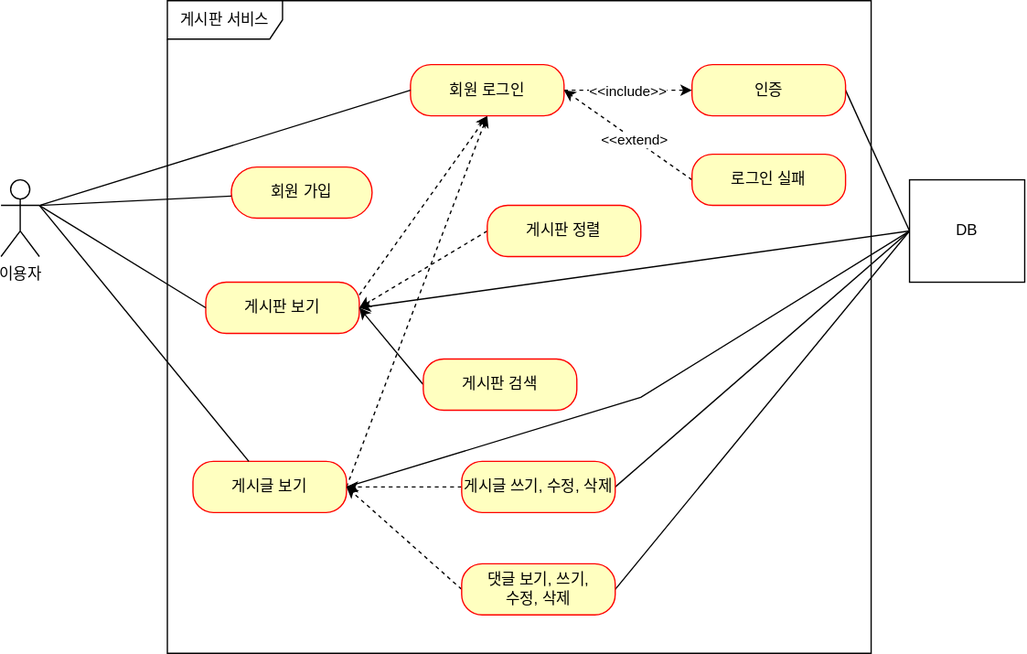
Above: doucment/use-case.svg in ldj4245/project-board (draw.io), before the change. Source tidied: cells renumbered, new cells last; positions are measured from the earlier drawing's top-left corner, leaving out a move shared by most shapes.
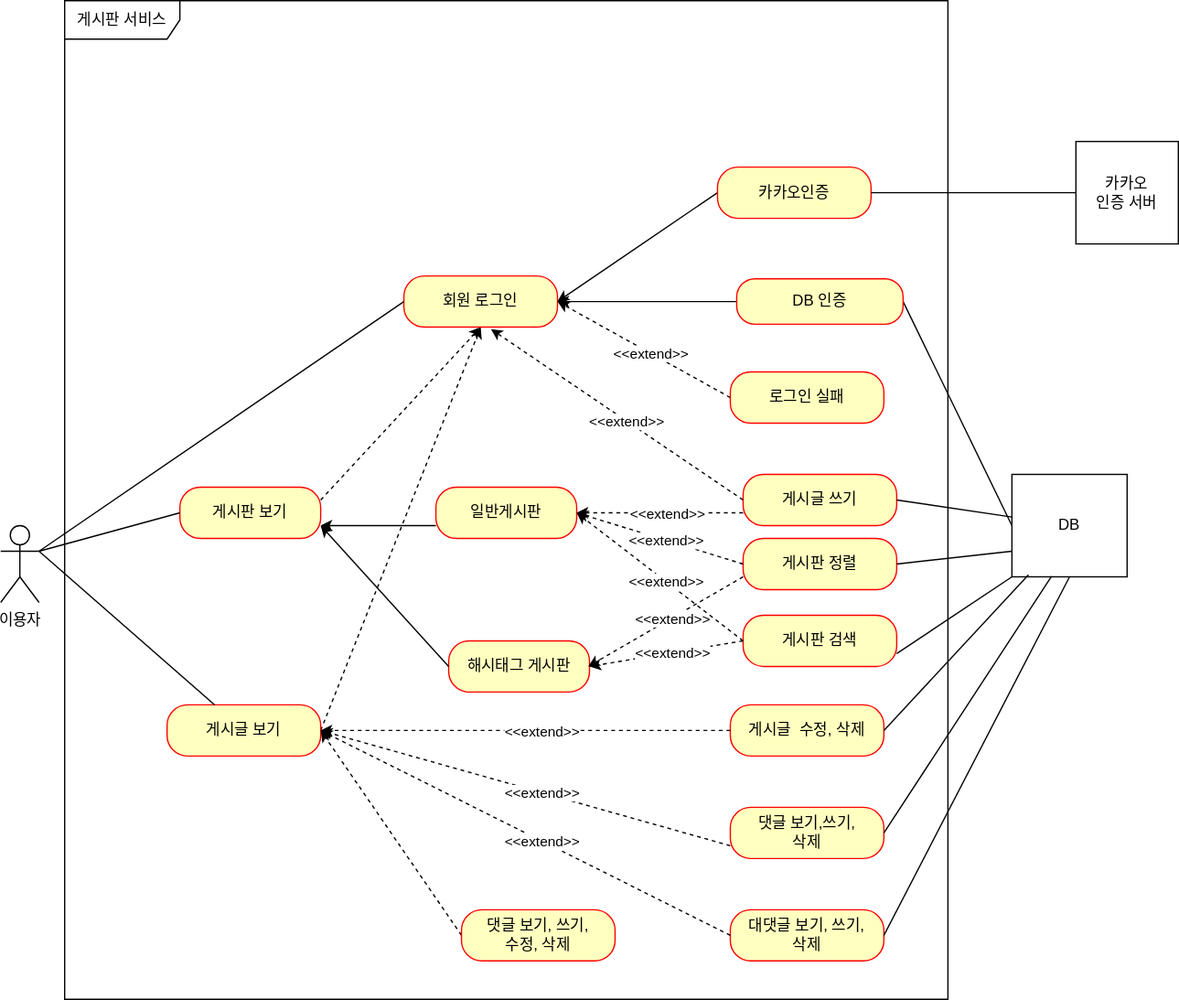
Above is the later version.

Commit message:
#53 - use-case.svg: 카카오 인증 유즈 케이스 추가 (대댓글  포함)

Diff of the diagram source:
```diff
@@ -6,91 +6,56 @@
       <mxGeometry y="140" width="30" height="60" as="geometry" />
     </mxCell>
     <mxCell id="3" value="게시판 서비스" style="shape=umlFrame;whiteSpace=wrap;html=1;width=90;height=30;" parent="1" vertex="1">
-      <mxGeometry x="130" width="550" height="510" as="geometry" />
+      <mxGeometry x="50" y="-270" width="690" height="780" as="geometry" />
     </mxCell>
-    <mxCell id="4" value="회원 가입" style="rounded=1;whiteSpace=wrap;html=1;arcSize=50;fontColor=#000000;fillColor=#ffffc0;strokeColor=#ff0000;" parent="1" vertex="1">
-      <mxGeometry x="180" y="130" width="110" height="40" as="geometry" />
-    </mxCell>
     <mxCell id="5" style="rounded=0;jettySize=auto;html=1;exitX=1;exitY=0.25;exitDx=0;exitDy=0;entryX=0.5;entryY=1;entryDx=0;entryDy=0;dashed=1;" parent="1" edge="1" source="6" target="12">
       <mxGeometry relative="1" as="geometry" />
     </mxCell>
     <mxCell id="6" value="게시판 보기" style="rounded=1;whiteSpace=wrap;html=1;arcSize=40;fontColor=#000000;fillColor=#ffffc0;strokeColor=#ff0000;" parent="1" vertex="1">
-      <mxGeometry x="160" y="220" width="120" height="40" as="geometry" />
+      <mxGeometry x="140" y="110" width="110" height="40" as="geometry" />
     </mxCell>
     <mxCell id="7" style="rounded=0;jettySize=auto;html=1;exitX=1;exitY=0.5;exitDx=0;exitDy=0;entryX=0.5;entryY=1;entryDx=0;entryDy=0;dashed=1;" parent="1" edge="1" source="9" target="12">
       <mxGeometry relative="1" as="geometry" />
     </mxCell>
-    <mxCell id="8" style="rounded=0;jettySize=auto;html=1;exitX=1;exitY=0.5;exitDx=0;exitDy=0;entryX=0;entryY=0.5;entryDx=0;entryDy=0;endArrow=none;endFill=0;" parent="1" edge="1" source="9" target="33">
-      <mxGeometry relative="1" as="geometry">
-        <Array as="points">
-          <mxPoint x="500" y="310" />
-        </Array>
-      </mxGeometry>
-    </mxCell>
     <mxCell id="9" value="게시글 보기" style="rounded=1;whiteSpace=wrap;html=1;arcSize=40;fontColor=#000000;fillColor=#ffffc0;strokeColor=#ff0000;" parent="1" vertex="1">
-      <mxGeometry x="150" y="360" width="120" height="40" as="geometry" />
+      <mxGeometry x="130" y="280" width="120" height="40" as="geometry" />
     </mxCell>
-    <mxCell id="10" style="rounded=0;jettySize=auto;html=1;exitX=1;exitY=0.5;exitDx=0;exitDy=0;dashed=1;startArrow=none;startFill=0;" parent="1" edge="1" source="12" target="14">
-      <mxGeometry relative="1" as="geometry" />
-    </mxCell>
-    <mxCell id="11" value="&amp;lt;&amp;lt;include&amp;gt;&amp;gt;" style="edgeLabel;html=1;align=center;verticalAlign=middle;" parent="10" vertex="1">
-      <mxGeometry x="0.01" y="-7" relative="1" as="geometry">
-        <mxPoint x="-1" y="-7" as="offset" />
-      </mxGeometry>
-    </mxCell>
     <mxCell id="12" value="회원 로그인" style="rounded=1;whiteSpace=wrap;html=1;arcSize=40;fontColor=#000000;fillColor=#ffffc0;strokeColor=#ff0000;" parent="1" vertex="1">
-      <mxGeometry x="320" y="50" width="120" height="40" as="geometry" />
+      <mxGeometry x="315" y="-55" width="120" height="40" as="geometry" />
     </mxCell>
     <mxCell id="13" style="rounded=0;jettySize=auto;html=1;exitX=1;exitY=0.5;exitDx=0;exitDy=0;entryX=0;entryY=0.5;entryDx=0;entryDy=0;endArrow=none;endFill=0;" parent="1" edge="1" source="14" target="33">
       <mxGeometry relative="1" as="geometry" />
     </mxCell>
+    <mxCell id="34" style="edgeStyle=orthogonalEdgeStyle;rounded=0;jettySize=auto;html=1;exitX=0;exitY=0.5;exitDx=0;exitDy=0;entryX=1;entryY=0.5;entryDx=0;entryDy=0;" parent="1" edge="1" source="14" target="12">
+      <mxGeometry relative="1" as="geometry" />
+    </mxCell>
-    <mxCell id="14" value="인증" style="rounded=1;whiteSpace=wrap;html=1;arcSize=40;fontColor=#000000;fillColor=#ffffc0;strokeColor=#ff0000;" parent="1" vertex="1">
-      <mxGeometry x="540" y="50" width="120" height="40" as="geometry" />
+    <mxCell id="14" value="DB 인증" style="rounded=1;whiteSpace=wrap;html=1;arcSize=40;fontColor=#000000;fillColor=#ffffc0;strokeColor=#ff0000;" parent="1" vertex="1">
+      <mxGeometry x="575" y="-52.8" width="130" height="35.5" as="geometry" />
     </mxCell>
-    <mxCell id="15" style="rounded=0;jettySize=auto;html=1;exitX=0;exitY=0.5;exitDx=0;exitDy=0;startArrow=none;startFill=0;endArrow=classic;endFill=1;dashed=1;" parent="1" edge="1" source="17">
-      <mxGeometry relative="1" as="geometry">
-        <mxPoint x="440" y="70" as="targetPoint" />
-      </mxGeometry>
+    <mxCell id="15" style="rounded=0;jettySize=auto;html=1;exitX=0;exitY=0.5;exitDx=0;exitDy=0;startArrow=none;startFill=0;endArrow=classic;endFill=1;dashed=1;entryX=1;entryY=0.5;entryDx=0;entryDy=0;" parent="1" edge="1" source="17" target="12">
+      <mxGeometry relative="1" as="geometry" />
     </mxCell>
-    <mxCell id="16" value="&amp;lt;&amp;lt;extend&amp;gt;" style="edgeLabel;html=1;align=center;verticalAlign=middle;" parent="15" vertex="1">
+    <mxCell id="16" value="&amp;lt;&amp;lt;extend&amp;gt;&amp;gt;" style="edgeLabel;html=1;align=center;verticalAlign=middle;" parent="15" vertex="1">
       <mxGeometry x="-0.08" relative="1" as="geometry" />
     </mxCell>
     <mxCell id="17" value="로그인 실패" style="rounded=1;whiteSpace=wrap;html=1;arcSize=40;fontColor=#000000;fillColor=#ffffc0;strokeColor=#ff0000;" parent="1" vertex="1">
-      <mxGeometry x="540" y="120" width="120" height="40" as="geometry" />
+      <mxGeometry x="570" y="20" width="120" height="40" as="geometry" />
     </mxCell>
-    <mxCell id="18" style="rounded=0;jettySize=auto;html=1;exitX=0;exitY=0.5;exitDx=0;exitDy=0;entryX=1;entryY=0.5;entryDx=0;entryDy=0;dashed=1;" parent="1" edge="1" source="19" target="6">
-      <mxGeometry relative="1" as="geometry" />
-    </mxCell>
     <mxCell id="19" value="게시판 정렬" style="rounded=1;whiteSpace=wrap;html=1;arcSize=40;fontColor=#000000;fillColor=#ffffc0;strokeColor=#ff0000;" parent="1" vertex="1">
-      <mxGeometry x="380" y="160" width="120" height="40" as="geometry" />
+      <mxGeometry x="580" y="150" width="120" height="40" as="geometry" />
     </mxCell>
-    <mxCell id="20" style="rounded=0;jettySize=auto;html=1;exitX=0;exitY=0.5;exitDx=0;exitDy=0;entryX=1;entryY=0.5;entryDx=0;entryDy=0;" parent="1" edge="1" source="21" target="6">
-      <mxGeometry relative="1" as="geometry" />
-    </mxCell>
     <mxCell id="21" value="게시판 검색" style="rounded=1;whiteSpace=wrap;html=1;arcSize=40;fontColor=#000000;fillColor=#ffffc0;strokeColor=#ff0000;" parent="1" vertex="1">
-      <mxGeometry x="330" y="280" width="120" height="40" as="geometry" />
+      <mxGeometry x="580" y="210" width="120" height="40" as="geometry" />
     </mxCell>
-    <mxCell id="22" style="rounded=0;jettySize=auto;html=1;exitX=0;exitY=0.5;exitDx=0;exitDy=0;entryX=1;entryY=0.5;entryDx=0;entryDy=0;dashed=1;" parent="1" edge="1" source="24" target="9">
-      <mxGeometry relative="1" as="geometry" />
-    </mxCell>
-    <mxCell id="23" style="rounded=0;jettySize=auto;html=1;exitX=1;exitY=0.5;exitDx=0;exitDy=0;entryX=0;entryY=0.5;entryDx=0;entryDy=0;endArrow=none;endFill=0;" parent="1" edge="1" source="24" target="33">
-      <mxGeometry relative="1" as="geometry" />
-    </mxCell>
-    <mxCell id="24" value="게시글 쓰기, 수정, 삭제" style="rounded=1;whiteSpace=wrap;html=1;arcSize=40;fontColor=#000000;fillColor=#ffffc0;strokeColor=#ff0000;" parent="1" vertex="1">
-      <mxGeometry x="360" y="360" width="120" height="40" as="geometry" />
+    <mxCell id="24" value="게시글&amp;nbsp; 수정, 삭제" style="rounded=1;whiteSpace=wrap;html=1;arcSize=40;fontColor=#000000;fillColor=#ffffc0;strokeColor=#ff0000;" parent="1" vertex="1">
+      <mxGeometry x="570" y="280" width="120" height="40" as="geometry" />
     </mxCell>
     <mxCell id="25" style="rounded=0;jettySize=auto;html=1;exitX=0;exitY=0.5;exitDx=0;exitDy=0;entryX=1;entryY=0.5;entryDx=0;entryDy=0;dashed=1;" parent="1" edge="1" source="27" target="9">
       <mxGeometry relative="1" as="geometry" />
     </mxCell>
-    <mxCell id="26" style="rounded=0;jettySize=auto;html=1;exitX=1;exitY=0.5;exitDx=0;exitDy=0;entryX=0;entryY=0.5;entryDx=0;entryDy=0;endArrow=none;endFill=0;" parent="1" edge="1" source="27" target="33">
-      <mxGeometry relative="1" as="geometry" />
-    </mxCell>
     <mxCell id="27" value="댓글 보기, 쓰기,&lt;br&gt;수정, 삭제" style="rounded=1;whiteSpace=wrap;html=1;arcSize=40;fontColor=#000000;fillColor=#ffffc0;strokeColor=#ff0000;" parent="1" vertex="1">
       <mxGeometry x="360" y="440" width="120" height="40" as="geometry" />
     </mxCell>
-    <mxCell id="28" style="rounded=0;jettySize=auto;html=1;entryX=1;entryY=0.3333333333333333;entryDx=0;entryDy=0;entryPerimeter=0;endArrow=none;endFill=0;" parent="1" edge="1" source="4" target="2">
-      <mxGeometry relative="1" as="geometry" />
-    </mxCell>
     <mxCell id="29" style="rounded=0;jettySize=auto;html=1;exitX=0;exitY=0.5;exitDx=0;exitDy=0;entryX=1;entryY=0.3333333333333333;entryDx=0;entryDy=0;entryPerimeter=0;endArrow=none;endFill=0;" parent="1" edge="1" source="12" target="2">
       <mxGeometry relative="1" as="geometry" />
     </mxCell>
@@ -100,11 +65,115 @@
     <mxCell id="31" style="rounded=0;jettySize=auto;html=1;entryX=1;entryY=0.3333333333333333;entryDx=0;entryDy=0;entryPerimeter=0;endArrow=none;endFill=0;" parent="1" edge="1" source="9" target="2">
       <mxGeometry relative="1" as="geometry" />
     </mxCell>
-    <mxCell id="32" style="rounded=0;jettySize=auto;html=1;exitX=0;exitY=0.5;exitDx=0;exitDy=0;entryX=1;entryY=0.5;entryDx=0;entryDy=0;" parent="1" edge="1" source="33" target="6">
-      <mxGeometry relative="1" as="geometry" />
-    </mxCell>
     <mxCell id="33" value="DB" style="html=1;whiteSpace=wrap;" parent="1" vertex="1">
-      <mxGeometry x="710" y="140" width="90" height="80" as="geometry" />
+      <mxGeometry x="790" y="100" width="90" height="80" as="geometry" />
     </mxCell>
+    <mxCell id="35" value="일반게시판" style="rounded=1;whiteSpace=wrap;html=1;arcSize=40;fontColor=#000000;fillColor=#ffffc0;strokeColor=#ff0000;" parent="1" vertex="1">
+      <mxGeometry x="340" y="110" width="110" height="40" as="geometry" />
+    </mxCell>
+    <mxCell id="36" value="댓글 보기,쓰기,&lt;div&gt;삭제&lt;/div&gt;" style="rounded=1;whiteSpace=wrap;html=1;arcSize=40;fontColor=#000000;fillColor=#ffffc0;strokeColor=#ff0000;" parent="1" vertex="1">
+      <mxGeometry x="570" y="360" width="120" height="40" as="geometry" />
+    </mxCell>
+    <mxCell id="37" value="대댓글 보기, 쓰기,&lt;div&gt;삭제&lt;/div&gt;" style="rounded=1;whiteSpace=wrap;html=1;arcSize=40;fontColor=#000000;fillColor=#ffffc0;strokeColor=#ff0000;" parent="1" vertex="1">
+      <mxGeometry x="570" y="440" width="120" height="40" as="geometry" />
+    </mxCell>
+    <mxCell id="38" value="게시글 쓰기" style="rounded=1;whiteSpace=wrap;html=1;arcSize=40;fontColor=#000000;fillColor=#ffffc0;strokeColor=#ff0000;" parent="1" vertex="1">
+      <mxGeometry x="580" y="100" width="120" height="40" as="geometry" />
+    </mxCell>
+    <mxCell id="39" value="해시태그 게시판" style="rounded=1;whiteSpace=wrap;html=1;arcSize=40;fontColor=#000000;fillColor=#ffffc0;strokeColor=#ff0000;" parent="1" vertex="1">
+      <mxGeometry x="350" y="230" width="110" height="40" as="geometry" />
+    </mxCell>
+    <mxCell id="40" style="endArrow=none;html=1;rounded=0;exitX=1;exitY=0.5;exitDx=0;exitDy=0;entryX=0.5;entryY=1;entryDx=0;entryDy=0;" parent="1" edge="1" source="37" target="33">
+      <mxGeometry relative="1" as="geometry" />
+    </mxCell>
+    <mxCell id="41" style="endArrow=none;html=1;rounded=0;exitX=1;exitY=0.5;exitDx=0;exitDy=0;entryX=0.344;entryY=0.994;entryDx=0;entryDy=0;entryPerimeter=0;" parent="1" edge="1" source="36" target="33">
+      <mxGeometry relative="1" as="geometry" />
+    </mxCell>
+    <mxCell id="23" style="endArrow=none;html=1;rounded=0;exitX=1;exitY=0.5;exitDx=0;exitDy=0;entryX=0.144;entryY=0.981;entryDx=0;entryDy=0;entryPerimeter=0;" parent="1" edge="1" source="24" target="33">
+      <mxGeometry relative="1" as="geometry" />
+    </mxCell>
+    <mxCell id="42" style="endArrow=none;html=1;rounded=0;exitX=1;exitY=0.75;exitDx=0;exitDy=0;entryX=0;entryY=1;entryDx=0;entryDy=0;" parent="1" edge="1" source="21" target="33">
+      <mxGeometry relative="1" as="geometry" />
+    </mxCell>
+    <mxCell id="43" style="endArrow=none;html=1;rounded=0;exitX=1;exitY=0.5;exitDx=0;exitDy=0;entryX=0;entryY=0.75;entryDx=0;entryDy=0;" parent="1" edge="1" source="19" target="33">
+      <mxGeometry relative="1" as="geometry" />
+    </mxCell>
+    <mxCell id="44" style="endArrow=none;html=1;rounded=0;exitX=1;exitY=0.5;exitDx=0;exitDy=0;" parent="1" edge="1" source="38" target="33">
+      <mxGeometry relative="1" as="geometry" />
+    </mxCell>
+    <mxCell id="45" style="rounded=0;jettySize=auto;html=1;exitX=0;exitY=0.5;exitDx=0;exitDy=0;startArrow=none;startFill=0;endArrow=classic;endFill=1;dashed=1;entryX=0.567;entryY=1.038;entryDx=0;entryDy=0;entryPerimeter=0;" parent="1" edge="1" source="38" target="12">
+      <mxGeometry relative="1" as="geometry" />
+    </mxCell>
+    <mxCell id="46" value="&amp;lt;&amp;lt;extend&amp;gt;&amp;gt;" style="edgeLabel;html=1;align=center;verticalAlign=middle;" parent="45" vertex="1">
+      <mxGeometry x="-0.08" relative="1" as="geometry" />
+    </mxCell>
+    <mxCell id="47" style="rounded=0;jettySize=auto;html=1;exitX=0;exitY=0.5;exitDx=0;exitDy=0;startArrow=none;startFill=0;endArrow=classic;endFill=1;dashed=1;entryX=1;entryY=0.5;entryDx=0;entryDy=0;" parent="1" edge="1" source="37" target="9">
+      <mxGeometry relative="1" as="geometry" />
+    </mxCell>
+    <mxCell id="48" value="&amp;lt;&amp;lt;extend&amp;gt;&amp;gt;" style="edgeLabel;html=1;align=center;verticalAlign=middle;" parent="47" vertex="1">
+      <mxGeometry x="-0.08" relative="1" as="geometry" />
+    </mxCell>
+    <mxCell id="49" style="rounded=0;jettySize=auto;html=1;exitX=0;exitY=0.75;exitDx=0;exitDy=0;startArrow=none;startFill=0;endArrow=classic;endFill=1;dashed=1;entryX=1;entryY=0.5;entryDx=0;entryDy=0;" parent="1" edge="1" source="36" target="9">
+      <mxGeometry relative="1" as="geometry" />
+    </mxCell>
+    <mxCell id="50" value="&amp;lt;&amp;lt;extend&amp;gt;&amp;gt;" style="edgeLabel;html=1;align=center;verticalAlign=middle;" parent="49" vertex="1">
+      <mxGeometry x="-0.08" relative="1" as="geometry" />
+    </mxCell>
+    <mxCell id="22" style="rounded=0;jettySize=auto;html=1;exitX=0;exitY=0.5;exitDx=0;exitDy=0;startArrow=none;startFill=0;endArrow=classic;endFill=1;dashed=1;entryX=1;entryY=0.5;entryDx=0;entryDy=0;" parent="1" edge="1" source="24" target="9">
+      <mxGeometry relative="1" as="geometry" />
+    </mxCell>
+    <mxCell id="51" value="&amp;lt;&amp;lt;extend&amp;gt;&amp;gt;" style="edgeLabel;html=1;align=center;verticalAlign=middle;" parent="22" vertex="1">
+      <mxGeometry x="-0.08" relative="1" as="geometry" />
+    </mxCell>
+    <mxCell id="52" style="endArrow=classic;html=1;rounded=0;exitX=0;exitY=0.75;exitDx=0;exitDy=0;entryX=1;entryY=0.75;entryDx=0;entryDy=0;" parent="1" edge="1" source="35" target="6">
+      <mxGeometry relative="1" as="geometry" />
+    </mxCell>
+    <mxCell id="53" style="endArrow=classic;html=1;rounded=0;exitX=0;exitY=0.5;exitDx=0;exitDy=0;entryX=1;entryY=0.75;entryDx=0;entryDy=0;" parent="1" edge="1" source="39" target="6">
+      <mxGeometry relative="1" as="geometry" />
+    </mxCell>
+    <mxCell id="54" style="rounded=0;jettySize=auto;html=1;exitX=0;exitY=0.75;exitDx=0;exitDy=0;startArrow=none;startFill=0;endArrow=classic;endFill=1;dashed=1;entryX=1;entryY=0.5;entryDx=0;entryDy=0;" parent="1" edge="1" source="38" target="35">
+      <mxGeometry relative="1" as="geometry" />
+    </mxCell>
+    <mxCell id="55" value="&amp;lt;&amp;lt;extend&amp;gt;&amp;gt;" style="edgeLabel;html=1;align=center;verticalAlign=middle;" parent="54" vertex="1">
+      <mxGeometry x="-0.08" relative="1" as="geometry" />
+    </mxCell>
+    <mxCell id="56" style="rounded=0;jettySize=auto;html=1;exitX=0;exitY=0.5;exitDx=0;exitDy=0;startArrow=none;startFill=0;endArrow=classic;endFill=1;dashed=1;entryX=1;entryY=0.5;entryDx=0;entryDy=0;" parent="1" edge="1" source="19" target="35">
+      <mxGeometry relative="1" as="geometry" />
+    </mxCell>
+    <mxCell id="57" value="&amp;lt;&amp;lt;extend&amp;gt;&amp;gt;" style="edgeLabel;html=1;align=center;verticalAlign=middle;" parent="56" vertex="1">
+      <mxGeometry x="-0.08" relative="1" as="geometry" />
+    </mxCell>
+    <mxCell id="58" style="rounded=0;jettySize=auto;html=1;exitX=0;exitY=0.5;exitDx=0;exitDy=0;startArrow=none;startFill=0;endArrow=classic;endFill=1;dashed=1;entryX=1;entryY=0.5;entryDx=0;entryDy=0;" parent="1" edge="1" source="21" target="39">
+      <mxGeometry relative="1" as="geometry" />
+    </mxCell>
+    <mxCell id="59" value="&amp;lt;&amp;lt;extend&amp;gt;&amp;gt;" style="edgeLabel;html=1;align=center;verticalAlign=middle;" parent="58" vertex="1">
+      <mxGeometry x="-0.08" relative="1" as="geometry" />
+    </mxCell>
+    <mxCell id="60" style="rounded=0;jettySize=auto;html=1;exitX=0;exitY=0.75;exitDx=0;exitDy=0;startArrow=none;startFill=0;endArrow=classic;endFill=1;dashed=1;" parent="1" edge="1" source="19">
+      <mxGeometry relative="1" as="geometry">
+        <mxPoint x="459" y="250" as="targetPoint" />
+      </mxGeometry>
+    </mxCell>
+    <mxCell id="61" value="&amp;lt;&amp;lt;extend&amp;gt;&amp;gt;" style="edgeLabel;html=1;align=center;verticalAlign=middle;" parent="60" vertex="1">
+      <mxGeometry x="-0.08" relative="1" as="geometry" />
+    </mxCell>
+    <mxCell id="62" style="rounded=0;jettySize=auto;html=1;exitX=0;exitY=0.5;exitDx=0;exitDy=0;startArrow=none;startFill=0;endArrow=classic;endFill=1;dashed=1;entryX=1;entryY=0.5;entryDx=0;entryDy=0;" parent="1" edge="1" source="21" target="35">
+      <mxGeometry relative="1" as="geometry" />
+    </mxCell>
+    <mxCell id="63" value="&amp;lt;&amp;lt;extend&amp;gt;&amp;gt;" style="edgeLabel;html=1;align=center;verticalAlign=middle;" parent="62" vertex="1">
+      <mxGeometry x="-0.08" relative="1" as="geometry" />
+    </mxCell>
+    <mxCell id="64" style="rounded=0;jettySize=auto;html=1;exitX=0;exitY=0.5;exitDx=0;exitDy=0;entryX=1;entryY=0.5;entryDx=0;entryDy=0;" parent="1" edge="1" source="65" target="12">
+      <mxGeometry relative="1" as="geometry" />
+    </mxCell>
+    <mxCell id="65" value="카카오인증" style="rounded=1;whiteSpace=wrap;html=1;arcSize=40;fontColor=#000000;fillColor=#ffffc0;strokeColor=#ff0000;" parent="1" vertex="1">
+      <mxGeometry x="560" y="-140" width="120" height="40" as="geometry" />
+    </mxCell>
+    <mxCell id="66" style="edgeStyle=orthogonalEdgeStyle;rounded=0;jettySize=auto;html=1;endArrow=none;endFill=0;" parent="1" edge="1" source="67" target="65">
+      <mxGeometry relative="1" as="geometry" />
+    </mxCell>
+    <mxCell id="67" value="카카오&lt;div&gt;인증 서버&lt;/div&gt;" style="html=1;whiteSpace=wrap;" parent="1" vertex="1">
+      <mxGeometry x="840" y="-160" width="80" height="80" as="geometry" />
+    </mxCell>
   </root>
 </mxGraphModel>
```
